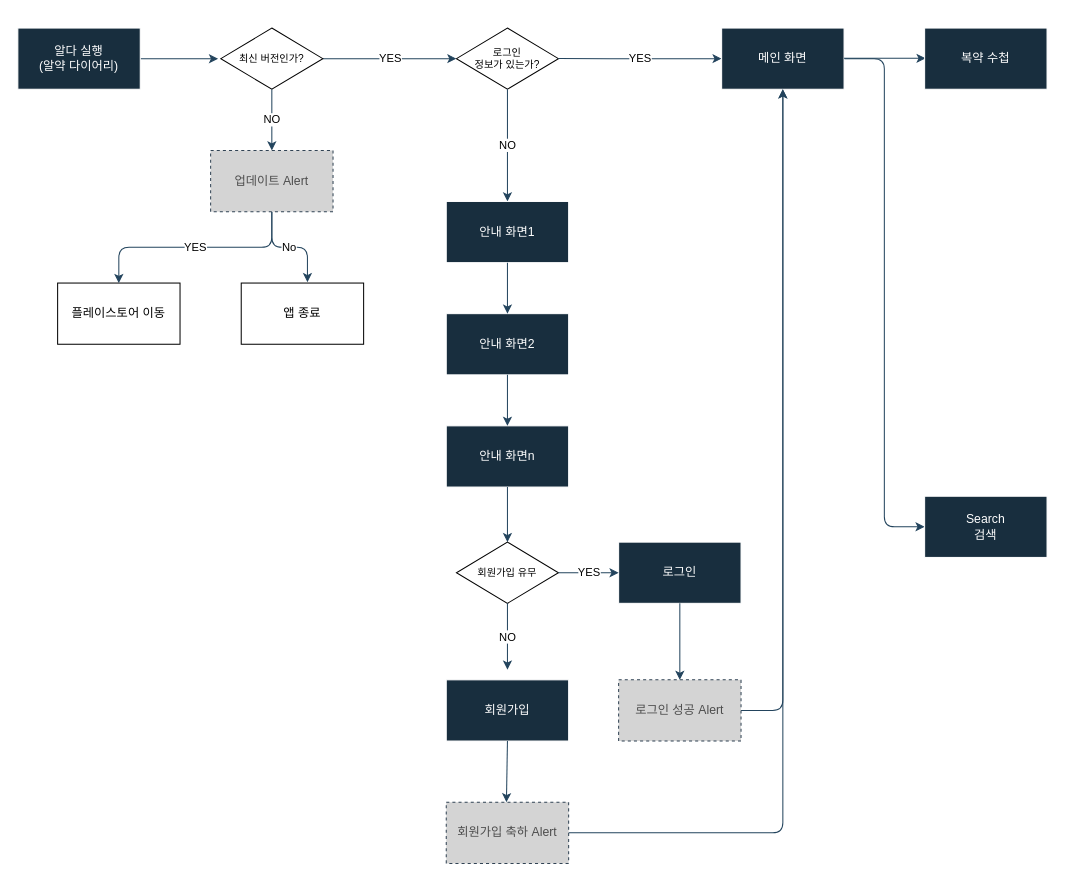
The draw.io diagram 제목 없는 다이어그램.drawio in helperjby/Flow, before the edit. Source tidied: cells renumbered, new cells numbered last; positions are measured from the earlier drawing's top-left corner, leaving out a move shared by most shapes. Both pictures are drawn from the tidied source at 102%, with x=0, y=0 at pixel (17, 28).
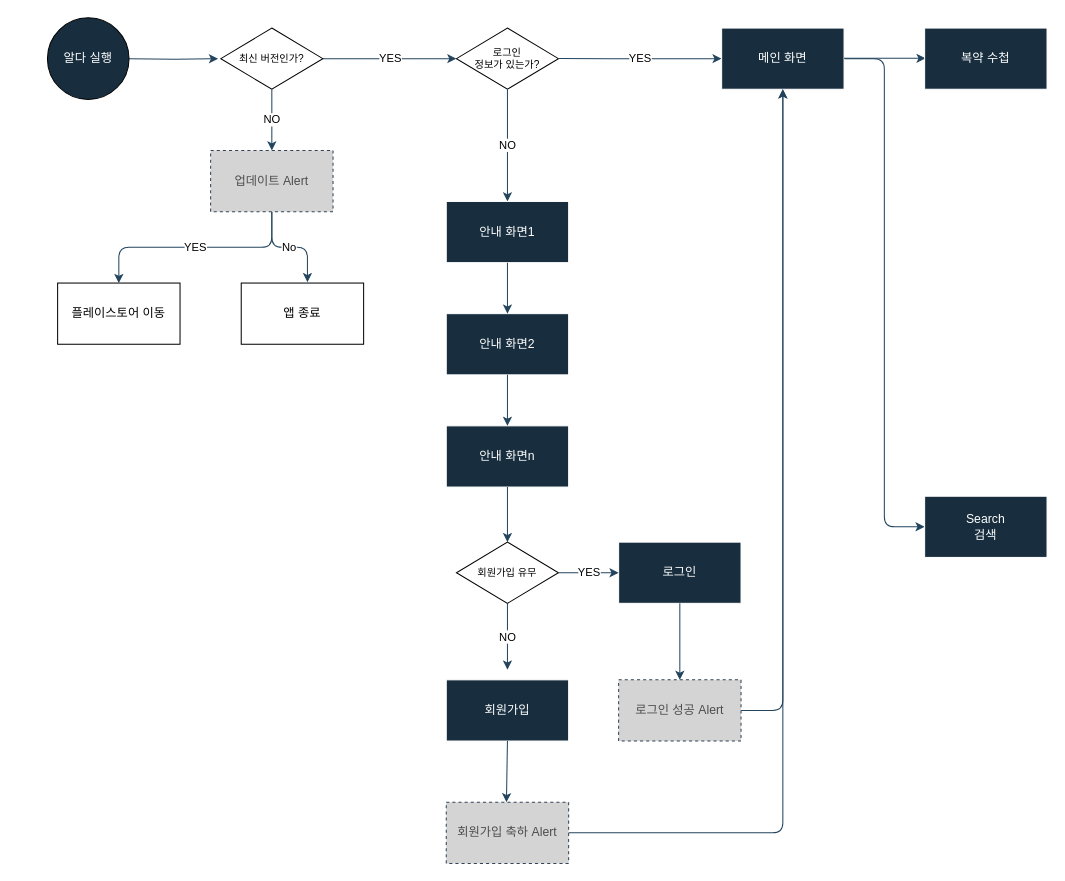
The same diagram, later.

Commit message:
제목 없는 다이어그램.drawio 업데이트

Unchanged cells that the change refers to:
```xml
<mxCell id="5" value="최신 버전인가?" style="rhombus;whiteSpace=wrap;html=1;fillStyle=auto;fontSize=10;" parent="1" vertex="1">
  <mxGeometry x="199" width="100" height="60" as="geometry" />
</mxCell>
```

The edit, as a diff of the source:
```diff
@@
-    <mxCell id="2" style="edgeStyle=orthogonalEdgeStyle;rounded=0;jettySize=auto;html=1;exitX=1;exitY=0.5;exitDx=0;exitDy=0;entryX=-0.027;entryY=0.501;entryDx=0;entryDy=0;entryPerimeter=0;strokeColor=#23445D;" parent="1" edge="1" source="3" target="5">
-      <mxGeometry relative="1" as="geometry" />
+    <mxCell id="2" style="edgeStyle=orthogonalEdgeStyle;rounded=0;jettySize=auto;html=1;exitX=1;exitY=0.5;exitDx=0;exitDy=0;entryX=-0.027;entryY=0.501;entryDx=0;entryDy=0;entryPerimeter=0;strokeColor=#23445D;" parent="1" edge="1" target="5">
+      <mxGeometry relative="1" as="geometry">
+        <mxPoint x="109" y="30" as="sourcePoint" />
+      </mxGeometry>
     </mxCell>
-    <mxCell id="3" value="알다 실행&lt;br&gt;(알약 다이어리)" style="rounded=0;whiteSpace=wrap;html=1;fillColor=#182E3E;labelBackgroundColor=none;strokeColor=#FFFFFF;fontColor=#FFFFFF;" parent="1" vertex="1">
-      <mxGeometry width="120" height="60" as="geometry" />
-    </mxCell>
@@
+    <mxCell id="37" value="알다 실행" style="ellipse;whiteSpace=wrap;html=1;gradientColor=none;fillColor=#182E3E;fontColor=#FFFFFF;" parent="1" vertex="1">
+      <mxGeometry x="29" y="-10" width="80" height="80" as="geometry" />
+    </mxCell>
```
